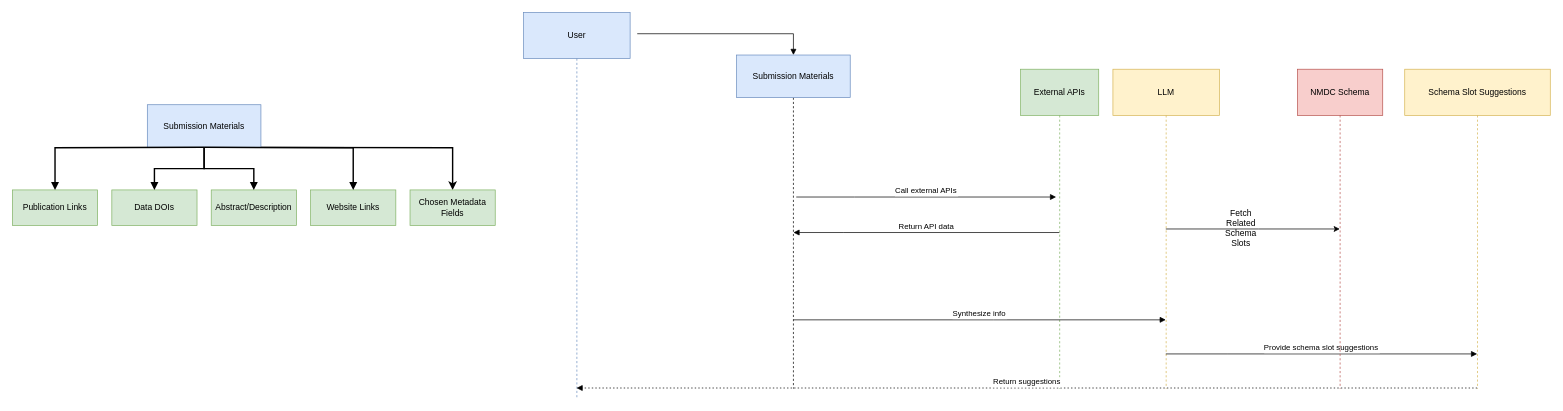
Above: page "Data Flow" (1 of 2) of diagram.drawio in microbiomedata/nmdc-metadata-suggestor-ai-tool (draw.io), before the change. Source tidied: cells renumbered, new cells numbered last; positions are measured from the earlier drawing's top-left corner, leaving out a move shared by most shapes. Both pictures are drawn from the tidied source at 71%, with x=0, y=0 at pixel (12, 12).
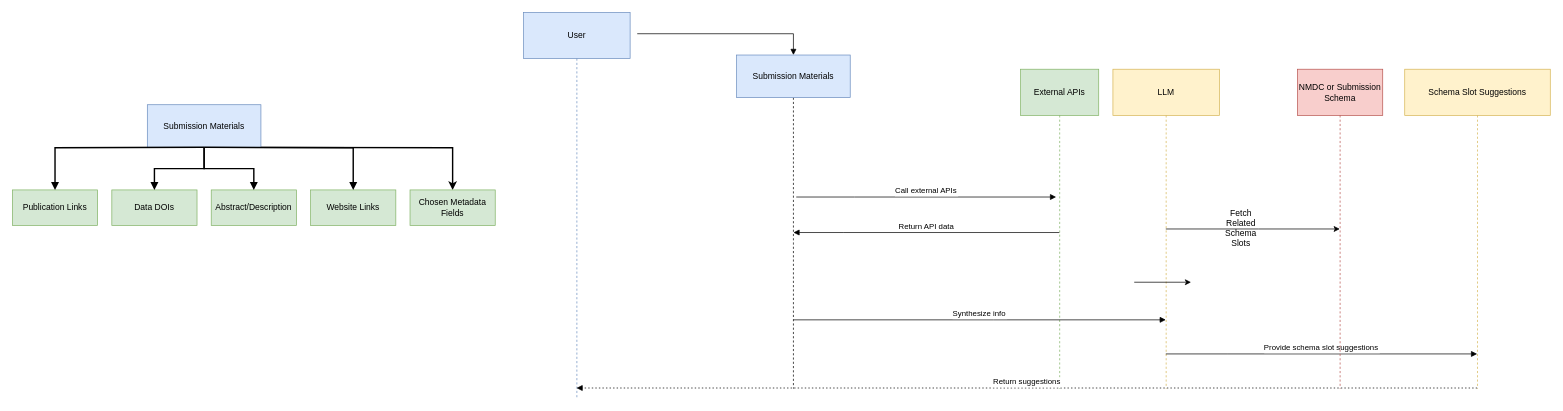
Above is the later version.

The edit, as a diff of the source:
```diff
@@
-    <mxCell id="16" value="NMDC Schema" style="shape=umlLifeline;perimeter=lifelinePerimeter;whiteSpace=wrap;outlineConnect=0;portConstraint=eastwest;newEdgeStyle={&quot;edgeStyle&quot;:&quot;elbowEdgeStyle&quot;,&quot;elbow&quot;:&quot;vertical&quot;,&quot;curved&quot;:0,&quot;rounded&quot;:0};size=65;fillColor=#f8cecc;strokeColor=#b85450;" parent="1" vertex="1">
+    <mxCell id="16" value="NMDC or Submission Schema" style="shape=umlLifeline;perimeter=lifelinePerimeter;whiteSpace=wrap;outlineConnect=0;portConstraint=eastwest;newEdgeStyle={&quot;edgeStyle&quot;:&quot;elbowEdgeStyle&quot;,&quot;elbow&quot;:&quot;vertical&quot;,&quot;curved&quot;:0,&quot;rounded&quot;:0};size=65;fillColor=#f8cecc;strokeColor=#b85450;" parent="1" vertex="1">
       <mxGeometry x="1810" y="80" width="120" height="450" as="geometry" />
     </mxCell>
@@
+    <mxCell id="28" style="edgeStyle=none;orthogonalLoop=1;jettySize=auto;html=1;rounded=0;" parent="1" edge="1">
+      <mxGeometry relative="1" as="geometry">
+        <mxPoint x="1580" y="380" as="sourcePoint" />
+        <mxPoint x="1660" y="380" as="targetPoint" />
+      </mxGeometry>
+    </mxCell>
```
